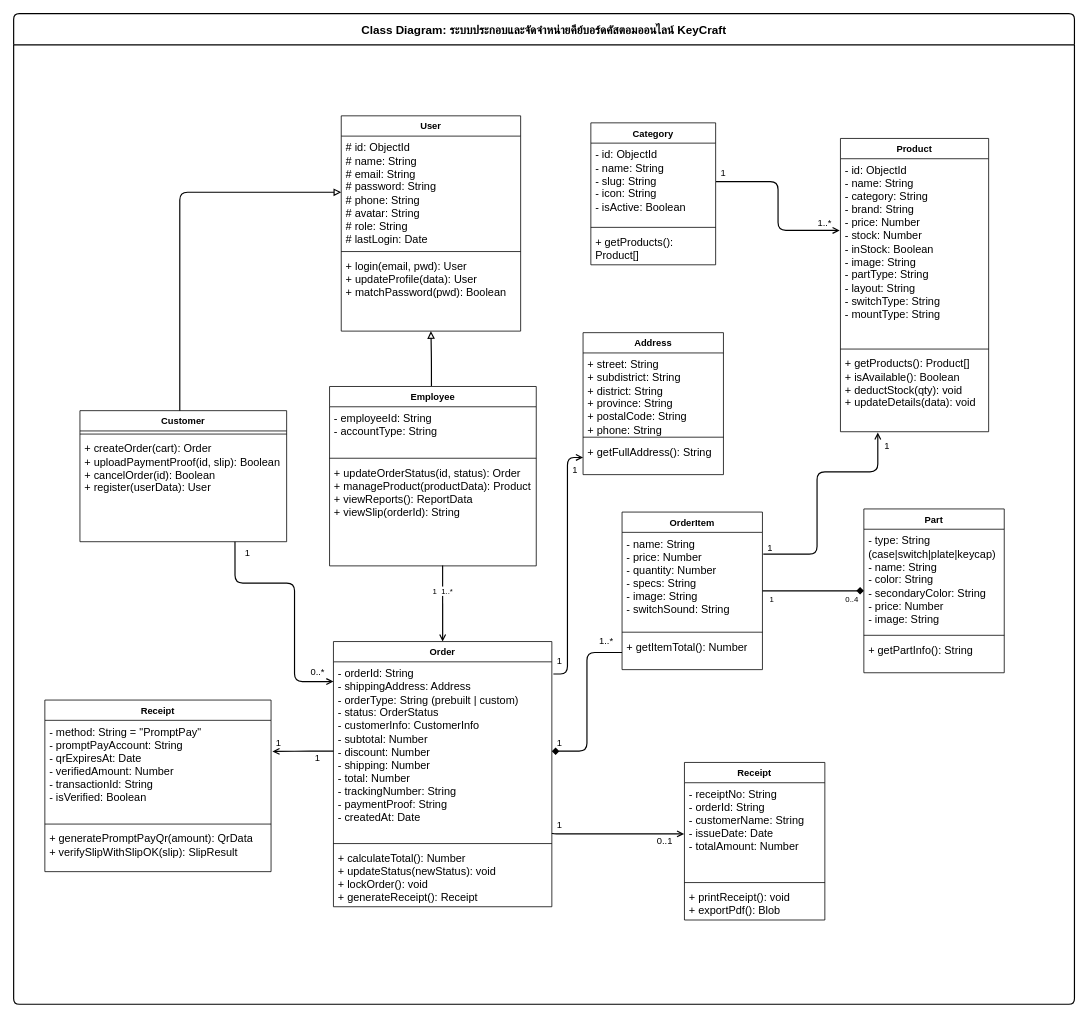
This is Diagram/ClassDiagram.drawio from Natthapong-boy/Custom-Keyboard-WebApp, a draw.io file, before an edit. Source tidied: cells renumbered, new cells numbered last; positions are measured from the earlier drawing's top-left corner, leaving out a move shared by most shapes. Both pictures are drawn from the tidied source at 78%, with x=0, y=0 at pixel (13, 13).
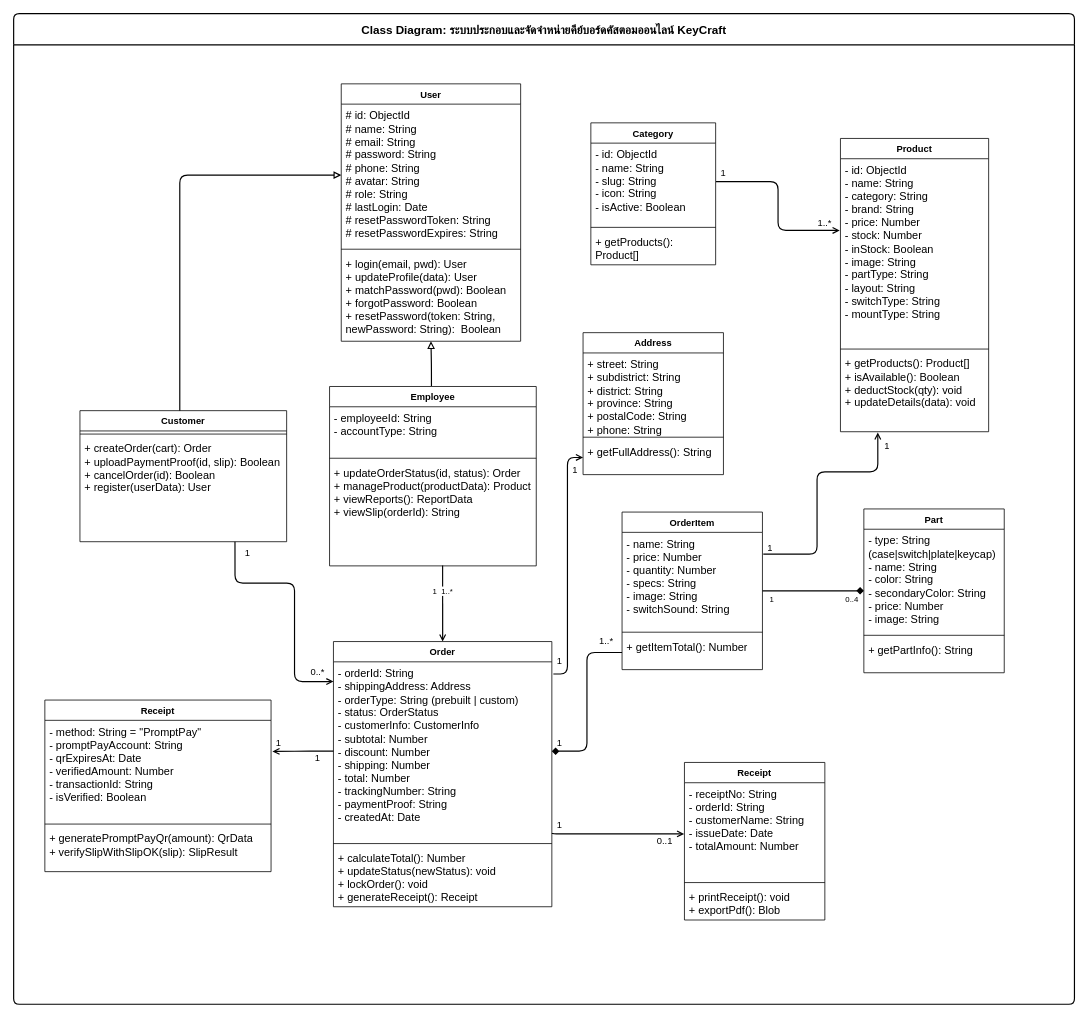
After the change.

Commit message (it also covers changes not shown here):
เอกสาร และแก้ diagram เวอชันดี้ ส่งต่อเกท จัดเอกสารต่อ

The change refers to these unchanged cells:
```xml
<mxCell id="2" value="Class Diagram: ระบบประกอบและจัดจำหน่ายคีย์บอร์ดคัสตอมออนไลน์ KeyCraft" style="swimlane;startSize=40;fontStyle=1;fontSize=15;strokeWidth=1.5;rounded=1;arcSize=6;" parent="1" vertex="1">
  <mxGeometry width="1360" height="1270" as="geometry" />
</mxCell>
```

The edit, as a diff of the source:
```diff
@@
     <mxCell id="15" value="User" style="swimlane;fontStyle=1;align=center;verticalAlign=top;horizontal=1;startSize=26;whiteSpace=wrap;html=1;" parent="2" vertex="1">
-      <mxGeometry x="420" y="131" width="230" height="276" as="geometry" />
+      <mxGeometry x="420" y="90" width="230" height="330" as="geometry" />
     </mxCell>
-    <mxCell id="16" value="&lt;font style=&quot;font-size: 14px;&quot;&gt;# id: ObjectId&lt;br&gt;# name: String&lt;br&gt;# email: String&lt;br&gt;# password: String&lt;br&gt;# phone: String&lt;br&gt;# avatar: String&lt;br&gt;# role: String&lt;br&gt;# lastLogin: Date&lt;/font&gt;" style="text;strokeColor=none;fillColor=none;align=left;verticalAlign=top;spacingLeft=4;spacingRight=4;overflow=hidden;points=[[0,0.5],[1,0.5]];portConstraint=eastwest;whiteSpace=wrap;html=1;" parent="15" vertex="1">
-      <mxGeometry y="26" width="230" height="144" as="geometry" />
+    <mxCell id="16" value="&lt;font style=&quot;font-size: 14px;&quot;&gt;# id: ObjectId&lt;br&gt;# name: String&lt;br&gt;# email: String&lt;br&gt;# password: String&lt;br&gt;# phone: String&lt;br&gt;# avatar: String&lt;br&gt;# role: String&lt;br&gt;# lastLogin: Date&lt;/font&gt;&lt;div&gt;&lt;font style=&quot;font-size: 14px;&quot;&gt;# resetPasswordToken: String&lt;/font&gt;&lt;/div&gt;&lt;div&gt;&lt;font style=&quot;font-size: 14px;&quot;&gt;# resetPasswordExpires: String&lt;/font&gt;&lt;/div&gt;" style="text;strokeColor=none;fillColor=none;align=left;verticalAlign=top;spacingLeft=4;spacingRight=4;overflow=hidden;points=[[0,0.5],[1,0.5]];portConstraint=eastwest;whiteSpace=wrap;html=1;" parent="15" vertex="1">
+      <mxGeometry y="26" width="230" height="182" as="geometry" />
     </mxCell>
     <mxCell id="17" style="line;strokeWidth=1;fillColor=none;align=left;verticalAlign=middle;spacingTop=-1;spacingLeft=3;spacingRight=3;labelPosition=right;strokeColor=inherit;" parent="15" vertex="1">
-      <mxGeometry y="170" width="230" height="8" as="geometry" />
+      <mxGeometry y="208" width="230" height="8" as="geometry" />
     </mxCell>
-    <mxCell id="18" value="&lt;font style=&quot;font-size: 14px;&quot;&gt;+ login(email, pwd): User&lt;br&gt;+ updateProfile(data): User&lt;br&gt;+ matchPassword(pwd): Boolean&lt;/font&gt;" style="text;strokeColor=none;fillColor=none;align=left;verticalAlign=top;spacingLeft=4;spacingRight=4;overflow=hidden;whiteSpace=wrap;html=1;" parent="15" vertex="1">
-      <mxGeometry y="178" width="230" height="98" as="geometry" />
+    <mxCell id="18" value="&lt;font style=&quot;font-size: 14px;&quot;&gt;+ login(email, pwd): User&lt;br&gt;+ updateProfile(data): User&lt;br&gt;+ matchPassword(pwd): Boolean&lt;/font&gt;&lt;div&gt;&lt;font style=&quot;font-size: 14px;&quot;&gt;+ forgotPassword: Boolean&lt;/font&gt;&lt;/div&gt;&lt;div&gt;&lt;font style=&quot;font-size: 14px;&quot;&gt;+&amp;nbsp;&lt;/font&gt;&lt;span style=&quot;font-size: 14px; background-color: transparent; color: light-dark(#000000, var(--ge-light-color, #ffffff));&quot;&gt;resetPassword(token: String, newPassword: String):&amp;nbsp; Boolean&lt;/span&gt;&lt;/div&gt;" style="text;strokeColor=none;fillColor=none;align=left;verticalAlign=top;spacingLeft=4;spacingRight=4;overflow=hidden;whiteSpace=wrap;html=1;" parent="15" vertex="1">
+      <mxGeometry y="216" width="230" height="114" as="geometry" />
     </mxCell>
```
